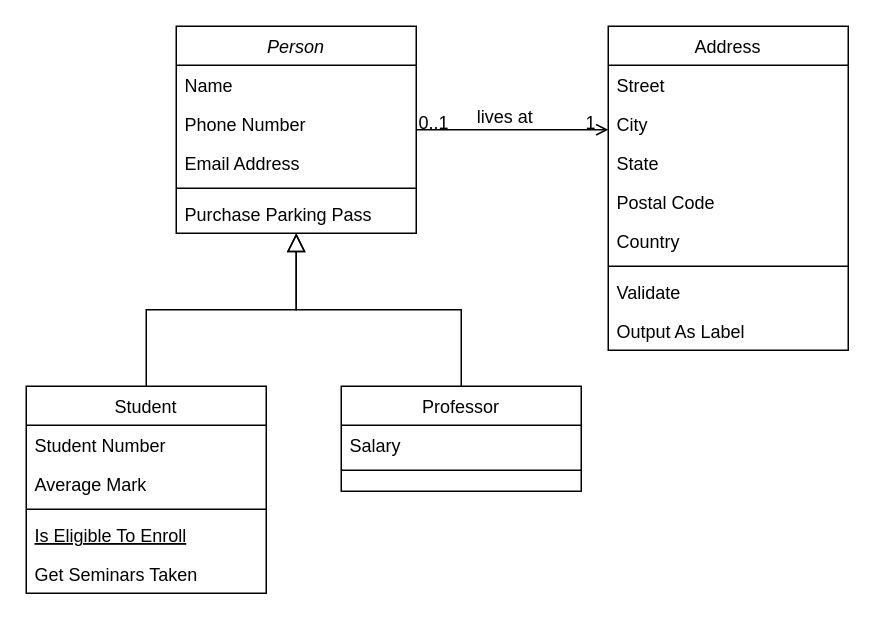
Above: GUIWindow.drawio in Saber033/Comp-Sci-IA (draw.io), before the change. Source tidied: cells renumbered, new cells numbered last; positions are measured from the earlier drawing's top-left corner, leaving out a move shared by most shapes. Both pictures are drawn from the tidied source at 150%, with x=0, y=0 at pixel (26, 26).
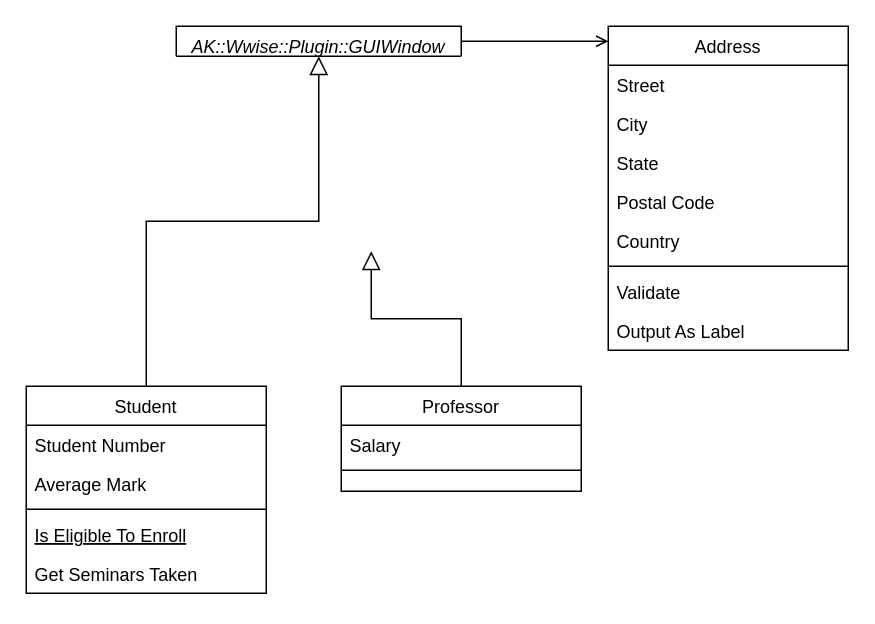
The same page after the edit.

Unchanged cells that the change refers to:
```xml
<mxCell id="15" value="Professor" style="swimlane;fontStyle=0;align=center;verticalAlign=top;horizontal=1;startSize=26;rounded=0;shadow=0;strokeWidth=1;" parent="1" vertex="1">
  <mxGeometry x="210" y="240" width="160" height="70" as="geometry" />
</mxCell>
<mxCell id="28" style="endArrow=open;shadow=0;strokeWidth=1;rounded=0;curved=0;endFill=1;edgeStyle=elbowEdgeStyle;elbow=vertical;" parent="1" edge="1" source="2" target="19">
  <mxGeometry x="0.5" y="41" relative="1" as="geometry">
    <mxPoint x="-40" y="32" as="offset" />
  </mxGeometry>
</mxCell>
```

Change to the diagram source:
```diff
@@
-    <mxCell id="2" value="Person" style="swimlane;fontStyle=2;align=center;verticalAlign=top;horizontal=1;startSize=26;rounded=0;shadow=0;strokeWidth=1;" parent="1" vertex="1">
-      <mxGeometry x="100" width="160" height="138" as="geometry" />
+    <mxCell id="2" value="AK::Wwise::Plugin::GUIWindow&#10;" style="swimlane;fontStyle=2;align=center;verticalAlign=top;horizontal=1;startSize=26;rounded=0;shadow=0;strokeWidth=1;" parent="1" vertex="1">
+      <mxGeometry x="100" width="190" height="20" as="geometry" />
     </mxCell>
-    <mxCell id="3" value="Name" style="text;align=left;verticalAlign=top;spacingLeft=4;spacingRight=4;overflow=hidden;" parent="2" vertex="1">
-      <mxGeometry y="26" width="160" height="26" as="geometry" />
-    </mxCell>
-    <mxCell id="4" value="Phone Number" style="text;align=left;verticalAlign=top;spacingLeft=4;spacingRight=4;overflow=hidden;rounded=0;shadow=0;html=0;" parent="2" vertex="1">
-      <mxGeometry y="52" width="160" height="26" as="geometry" />
-    </mxCell>
-    <mxCell id="5" value="Email Address" style="text;align=left;verticalAlign=top;spacingLeft=4;spacingRight=4;overflow=hidden;rounded=0;shadow=0;html=0;" parent="2" vertex="1">
-      <mxGeometry y="78" width="160" height="26" as="geometry" />
-    </mxCell>
-    <mxCell id="6" style="line;html=1;strokeWidth=1;align=left;verticalAlign=middle;spacingTop=-1;spacingLeft=3;spacingRight=3;labelPosition=right;" parent="2" vertex="1">
-      <mxGeometry y="104" width="160" height="8" as="geometry" />
-    </mxCell>
-    <mxCell id="7" value="Purchase Parking Pass" style="text;align=left;verticalAlign=top;spacingLeft=4;spacingRight=4;overflow=hidden;" parent="2" vertex="1">
-      <mxGeometry y="112" width="160" height="26" as="geometry" />
-    </mxCell>
@@
-    <mxCell id="18" style="endArrow=block;endSize=10;endFill=0;shadow=0;strokeWidth=1;rounded=0;curved=0;edgeStyle=elbowEdgeStyle;elbow=vertical;" parent="1" edge="1" source="15" target="2">
-      <mxGeometry relative="1" as="geometry" />
+    <mxCell id="18" style="endArrow=block;endSize=10;endFill=0;shadow=0;strokeWidth=1;rounded=0;curved=0;edgeStyle=elbowEdgeStyle;elbow=vertical;" parent="1" edge="1" source="15">
+      <mxGeometry relative="1" as="geometry">
+        <mxPoint x="230" y="150" as="targetPoint" />
+      </mxGeometry>
     </mxCell>
@@
-    <mxCell id="29" value="0..1" style="align=left;verticalAlign=bottom;labelBackgroundColor=none;fontSize=12;" parent="28" vertex="1">
-      <mxGeometry x="-1" relative="1" as="geometry">
-        <mxPoint y="4" as="offset" />
-      </mxGeometry>
-    </mxCell>
-    <mxCell id="30" value="1" style="align=right;verticalAlign=bottom;labelBackgroundColor=none;fontSize=12;" parent="28" vertex="1">
-      <mxGeometry x="1" relative="1" as="geometry">
-        <mxPoint x="-7" y="4" as="offset" />
-      </mxGeometry>
-    </mxCell>
-    <mxCell id="31" value="lives at" style="text;html=1;align=center;verticalAlign=middle;labelBackgroundColor=none;rounded=0;shadow=0;strokeWidth=1;fontSize=12;" parent="28" vertex="1">
-      <mxGeometry x="0.5" y="49" relative="1" as="geometry">
-        <mxPoint x="-38" y="40" as="offset" />
-      </mxGeometry>
-    </mxCell>
```
